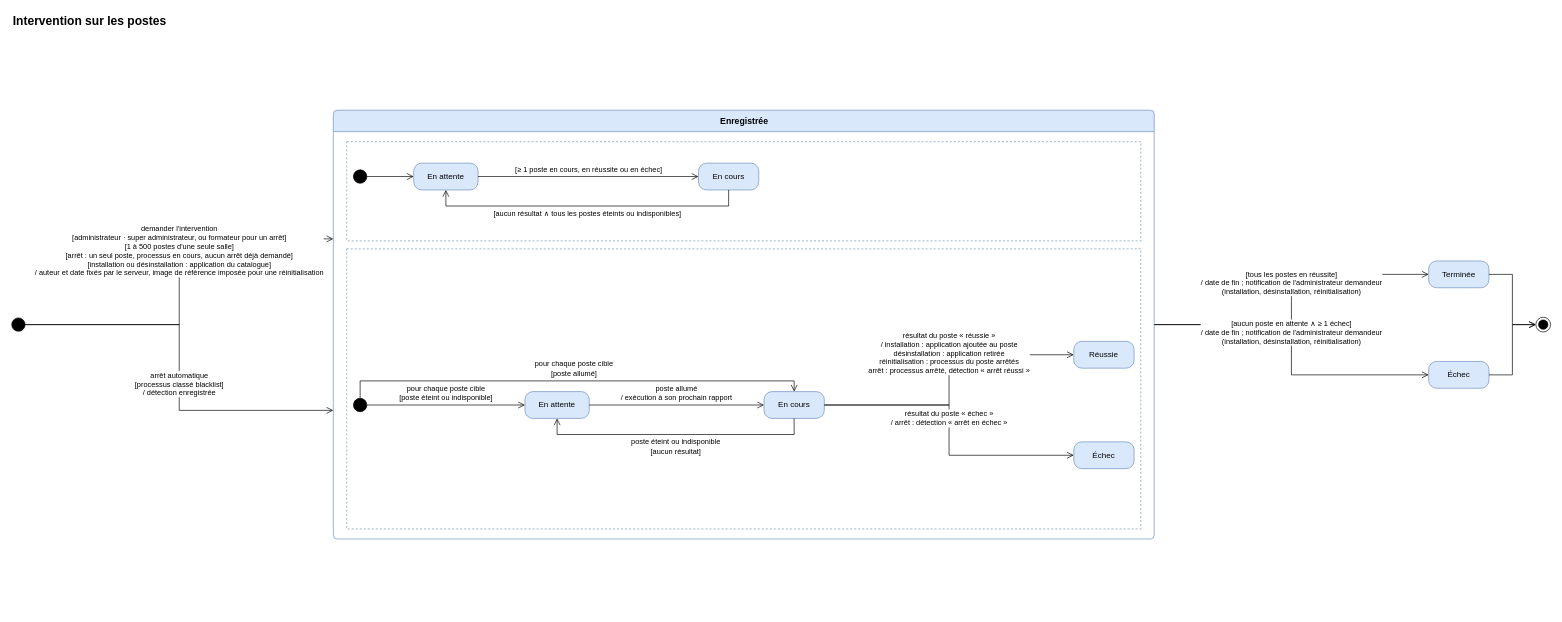
The draw.io diagram page "Intervention sur les postes" (2 of 4) of docs/02-ANALYSE/03-ANALYSE/01-DIAGRAMMES-ETATS.drawio in bpierrelouis/aster, before the edit. Source tidied: cells renumbered, new cells numbered last; positions are measured from the earlier drawing's top-left corner, leaving out a move shared by most shapes. Both pictures are drawn from the tidied source at 67%, with x=0, y=0 at pixel (11, 11).
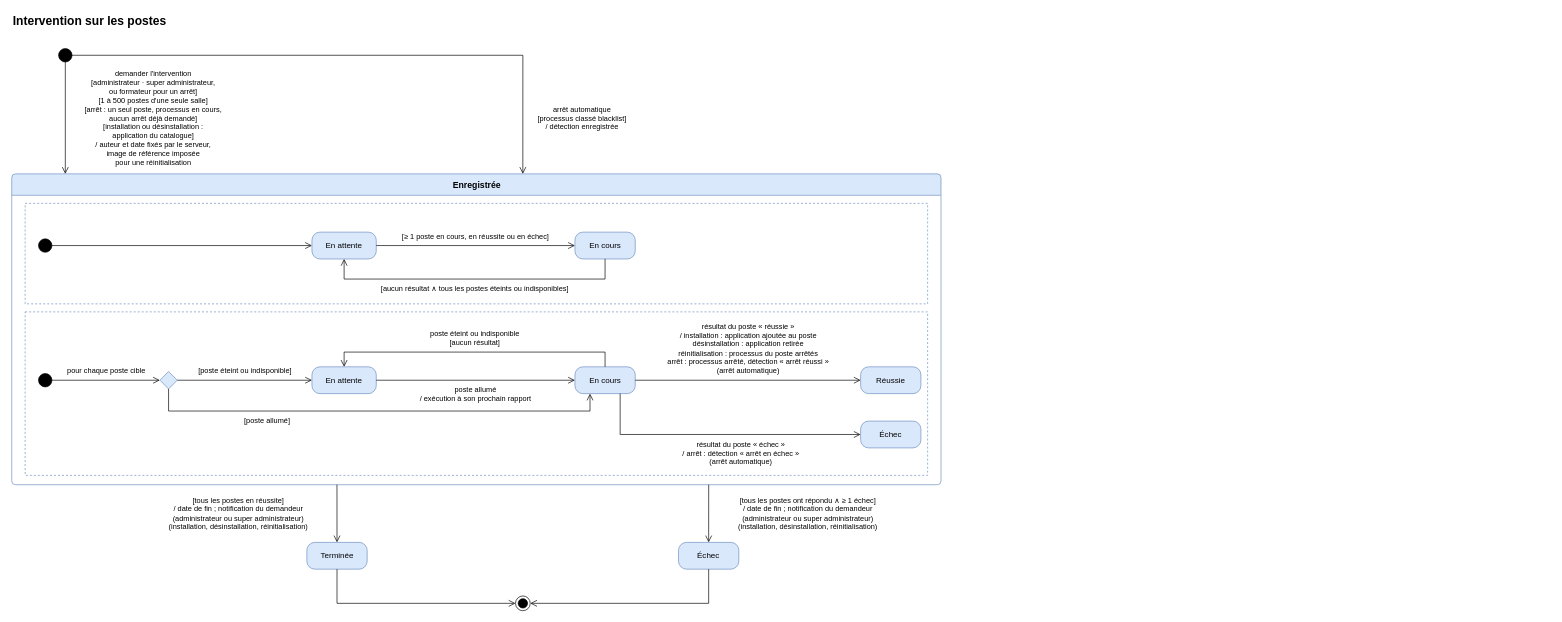
After the change.

What changed in the source:
```diff
@@
     <mxCell id="2" value="Intervention sur les postes" style="text;html=1;align=left;verticalAlign=middle;strokeColor=none;fillColor=none;fontSize=18;fontStyle=1;" parent="1" vertex="1">
-      <mxGeometry width="500" height="30" as="geometry" />
+      <mxGeometry width="600" height="30" as="geometry" />
     </mxCell>
     <mxCell id="3" style="ellipse;html=1;fillColor=#000000;strokeColor=#000000;fontSize=11;" parent="1" vertex="1">
-      <mxGeometry y="457" width="20" height="20" as="geometry" />
+      <mxGeometry x="70" y="55" width="20" height="20" as="geometry" />
     </mxCell>
     <mxCell id="4" value="Enregistrée" style="swimlane;html=1;rounded=1;arcSize=6;startSize=32;fontSize=13;fontStyle=1;fillColor=#dae8fc;strokeColor=#6c8ebf;swimlaneFillColor=#ffffff;" parent="1" vertex="1">
-      <mxGeometry x="480" y="147" width="1225.2" height="640" as="geometry" />
+      <mxGeometry y="242" width="1387" height="464" as="geometry" />
     </mxCell>
     <mxCell id="5" style="rounded=0;whiteSpace=wrap;html=1;fillColor=none;dashed=1;strokeColor=#6c8ebf;" parent="4" vertex="1">
-      <mxGeometry x="20" y="47" width="1185.2" height="148" as="geometry" />
+      <mxGeometry x="20" y="44" width="1347" height="150" as="geometry" />
     </mxCell>
+    <mxCell id="9" style="rounded=0;whiteSpace=wrap;html=1;fillColor=none;dashed=1;strokeColor=#6c8ebf;" parent="4" vertex="1">
+      <mxGeometry x="20" y="206" width="1347" height="244" as="geometry" />
+    </mxCell>
     <mxCell id="6" style="ellipse;html=1;fillColor=#000000;strokeColor=#000000;fontSize=11;" parent="5" vertex="1">
-      <mxGeometry x="10" y="42" width="20" height="20" as="geometry" />
+      <mxGeometry x="20" y="53" width="20" height="20" as="geometry" />
     </mxCell>
     <mxCell id="7" value="En attente" style="rounded=1;arcSize=30;whiteSpace=wrap;html=1;fontSize=12;fillColor=#dae8fc;strokeColor=#6c8ebf;" parent="5" vertex="1">
-      <mxGeometry x="100" y="32" width="96" height="40" as="geometry" />
+      <mxGeometry x="428.1" y="43" width="96" height="40" as="geometry" />
     </mxCell>
     <mxCell id="8" value="En cours" style="rounded=1;arcSize=30;whiteSpace=wrap;html=1;fontSize=12;fillColor=#dae8fc;strokeColor=#6c8ebf;" parent="5" vertex="1">
-      <mxGeometry x="525" y="32" width="90" height="40" as="geometry" />
+      <mxGeometry x="820.6" y="43" width="90" height="40" as="geometry" />
     </mxCell>
-    <mxCell id="9" style="rounded=0;whiteSpace=wrap;html=1;fillColor=none;dashed=1;strokeColor=#6c8ebf;" parent="4" vertex="1">
-      <mxGeometry x="20" y="207" width="1185.2" height="418" as="geometry" />
-    </mxCell>
     <mxCell id="10" style="ellipse;html=1;fillColor=#000000;strokeColor=#000000;fontSize=11;" parent="9" vertex="1">
-      <mxGeometry x="10" y="223" width="20" height="20" as="geometry" />
+      <mxGeometry x="20" y="92" width="20" height="20" as="geometry" />
     </mxCell>
+    <mxCell id="33" style="rhombus;html=1;fillColor=#dae8fc;strokeColor=#6c8ebf;" parent="9" vertex="1">
+      <mxGeometry x="201.1" y="89" width="26" height="26" as="geometry" />
+    </mxCell>
     <mxCell id="11" value="En attente" style="rounded=1;arcSize=30;whiteSpace=wrap;html=1;fontSize=12;fillColor=#dae8fc;strokeColor=#6c8ebf;" parent="9" vertex="1">
-      <mxGeometry x="266" y="213" width="96" height="40" as="geometry" />
+      <mxGeometry x="428.1" y="82" width="96" height="40" as="geometry" />
     </mxCell>
     <mxCell id="12" value="En cours" style="rounded=1;arcSize=30;whiteSpace=wrap;html=1;fontSize=12;fillColor=#dae8fc;strokeColor=#6c8ebf;" parent="9" vertex="1">
-      <mxGeometry x="622.8" y="213" width="90" height="40" as="geometry" />
+      <mxGeometry x="820.6" y="82" width="90" height="40" as="geometry" />
     </mxCell>
     <mxCell id="13" value="Réussie" style="rounded=1;arcSize=30;whiteSpace=wrap;html=1;fontSize=12;fillColor=#dae8fc;strokeColor=#6c8ebf;" parent="9" vertex="1">
-      <mxGeometry x="1085.2" y="138" width="90" height="40" as="geometry" />
+      <mxGeometry x="1247" y="82" width="90" height="40" as="geometry" />
     </mxCell>
     <mxCell id="14" value="Échec" style="rounded=1;arcSize=30;whiteSpace=wrap;html=1;fontSize=12;fillColor=#dae8fc;strokeColor=#6c8ebf;" parent="9" vertex="1">
-      <mxGeometry x="1085.2" y="288" width="90" height="40" as="geometry" />
+      <mxGeometry x="1247" y="163" width="90" height="40" as="geometry" />
     </mxCell>
     <mxCell id="15" value="Terminée" style="rounded=1;arcSize=30;whiteSpace=wrap;html=1;fontSize=12;fillColor=#dae8fc;strokeColor=#6c8ebf;" parent="1" vertex="1">
-      <mxGeometry x="2114.8" y="372" width="90" height="40" as="geometry" />
+      <mxGeometry x="440.5" y="792" width="90" height="40" as="geometry" />
     </mxCell>
     <mxCell id="16" value="Échec" style="rounded=1;arcSize=30;whiteSpace=wrap;html=1;fontSize=12;fillColor=#dae8fc;strokeColor=#6c8ebf;" parent="1" vertex="1">
-      <mxGeometry x="2114.8" y="522" width="90" height="40" as="geometry" />
+      <mxGeometry x="995.2" y="792" width="90" height="40" as="geometry" />
     </mxCell>
     <mxCell id="17" style="ellipse;html=1;shape=endState;fillColor=#000000;strokeColor=#000000;fontSize=11;" parent="1" vertex="1">
-      <mxGeometry x="2274.8" y="456" width="22" height="22" as="geometry" />
+      <mxGeometry x="751.9" y="872" width="22" height="22" as="geometry" />
     </mxCell>
-    <mxCell id="18" value="demander l'intervention&lt;br&gt;[administrateur · super administrateur, ou formateur pour un arrêt]&lt;br&gt;[1 à 500 postes d'une seule salle]&lt;br&gt;[arrêt : un seul poste, processus en cours, aucun arrêt déjà demandé]&lt;br&gt;[installation ou désinstallation : application du catalogue]&lt;br&gt;/ auteur et date fixés par le serveur, image de référence imposée pour une réinitialisation" style="edgeStyle=orthogonalEdgeStyle;endArrow=open;endSize=8;html=1;rounded=0;fontSize=11;labelBackgroundColor=#ffffff;exitX=1;exitY=0.5;exitDx=0;exitDy=0;entryX=0;entryY=0.3;entryDx=0;entryDy=0;" parent="1" edge="1" source="3" target="4">
+    <mxCell id="18" value="demander l'intervention&lt;br&gt;[administrateur · super administrateur,&lt;br&gt;ou formateur pour un arrêt]&lt;br&gt;[1 à 500 postes d'une seule salle]&lt;br&gt;[arrêt : un seul poste, processus en cours,&lt;br&gt;aucun arrêt déjà demandé]&lt;br&gt;[installation ou désinstallation :&lt;br&gt;application du catalogue]&lt;br&gt;/ auteur et date fixés par le serveur,&lt;br&gt;image de référence imposée&lt;br&gt;pour une réinitialisation" style="edgeStyle=orthogonalEdgeStyle;endArrow=open;endSize=8;html=1;rounded=0;fontSize=11;labelBackgroundColor=#ffffff;jumpStyle=arc;jumpSize=10;exitX=0.5;exitY=1;exitDx=0;exitDy=0;entryX=0.05767844268204758;entryY=0;entryDx=0;entryDy=0;" parent="1" edge="1" source="3" target="4">
       <mxGeometry relative="1" as="geometry">
-        <mxPoint y="-46" as="offset" />
+        <mxPoint x="130.6" as="offset" />
       </mxGeometry>
     </mxCell>
-    <mxCell id="19" value="arrêt automatique&lt;br&gt;[processus classé blacklist]&lt;br&gt;/ détection enregistrée" style="edgeStyle=orthogonalEdgeStyle;endArrow=open;endSize=8;html=1;rounded=0;fontSize=11;labelBackgroundColor=#ffffff;exitX=1;exitY=0.5;exitDx=0;exitDy=0;entryX=0;entryY=0.7;entryDx=0;entryDy=0;" parent="1" edge="1" source="3" target="4">
+    <mxCell id="19" value="arrêt automatique&lt;br&gt;[processus classé blacklist]&lt;br&gt;/ détection enregistrée" style="edgeStyle=orthogonalEdgeStyle;endArrow=open;endSize=8;html=1;rounded=0;fontSize=11;labelBackgroundColor=#ffffff;jumpStyle=arc;jumpSize=10;exitX=1;exitY=0.5;exitDx=0;exitDy=0;entryX=0.55;entryY=0;entryDx=0;entryDy=0;" parent="1" edge="1" source="3" target="4">
       <mxGeometry relative="1" as="geometry">
-        <mxPoint y="25" as="offset" />
+        <Array as="points">
+          <mxPoint x="762.9" y="65" />
+        </Array>
+        <mxPoint x="335.7" y="93.5" as="offset" />
       </mxGeometry>
     </mxCell>
-    <mxCell id="20" value="[tous les postes en réussite]&lt;br&gt;/ date de fin ; notification de l'administrateur demandeur&lt;br&gt;(installation, désinstallation, réinitialisation)" style="edgeStyle=orthogonalEdgeStyle;endArrow=open;endSize=8;html=1;rounded=0;fontSize=11;labelBackgroundColor=#ffffff;exitX=1;exitY=0.5;exitDx=0;exitDy=0;entryX=0;entryY=0.5;entryDx=0;entryDy=0;" parent="1" edge="1" source="4" target="15">
+    <mxCell id="20" value="[tous les postes en réussite]&lt;br&gt;/ date de fin ; notification du demandeur&lt;br&gt;(administrateur ou super administrateur)&lt;br&gt;(installation, désinstallation, réinitialisation)" style="edgeStyle=orthogonalEdgeStyle;endArrow=open;endSize=8;html=1;rounded=0;fontSize=11;labelBackgroundColor=#ffffff;jumpStyle=arc;jumpSize=10;exitX=0.35000000000000003;exitY=1;exitDx=0;exitDy=0;entryX=0.5;entryY=0;entryDx=0;entryDy=0;" parent="1" edge="1" source="4" target="15">
       <mxGeometry relative="1" as="geometry">
-        <mxPoint y="-25" as="offset" />
+        <mxPoint x="-147.6" as="offset" />
       </mxGeometry>
     </mxCell>
-    <mxCell id="21" value="[aucun poste en attente ∧ ≥ 1 échec]&lt;br&gt;/ date de fin ; notification de l'administrateur demandeur&lt;br&gt;(installation, désinstallation, réinitialisation)" style="edgeStyle=orthogonalEdgeStyle;endArrow=open;endSize=8;html=1;rounded=0;fontSize=11;labelBackgroundColor=#ffffff;exitX=1;exitY=0.5;exitDx=0;exitDy=0;entryX=0;entryY=0.5;entryDx=0;entryDy=0;" parent="1" edge="1" source="4" target="16">
+    <mxCell id="21" value="[tous les postes ont répondu ∧ ≥ 1 échec]&lt;br&gt;/ date de fin ; notification du demandeur&lt;br&gt;(administrateur ou super administrateur)&lt;br&gt;(installation, désinstallation, réinitialisation)" style="edgeStyle=orthogonalEdgeStyle;endArrow=open;endSize=8;html=1;rounded=0;fontSize=11;labelBackgroundColor=#ffffff;jumpStyle=arc;jumpSize=10;exitX=0.75;exitY=1;exitDx=0;exitDy=0;entryX=0.5;entryY=0;entryDx=0;entryDy=0;" parent="1" edge="1" source="4" target="16">
       <mxGeometry relative="1" as="geometry">
-        <mxPoint y="-25" as="offset" />
+        <mxPoint x="147.7" as="offset" />
       </mxGeometry>
     </mxCell>
-    <mxCell id="22" style="edgeStyle=orthogonalEdgeStyle;endArrow=open;endSize=8;html=1;rounded=0;fontSize=11;labelBackgroundColor=#ffffff;exitX=1;exitY=0.5;exitDx=0;exitDy=0;entryX=0;entryY=0.5;entryDx=0;entryDy=0;" parent="1" edge="1" source="15" target="17">
-      <mxGeometry relative="1" as="geometry" />
+    <mxCell id="22" style="edgeStyle=orthogonalEdgeStyle;endArrow=open;endSize=8;html=1;rounded=0;fontSize=11;labelBackgroundColor=#ffffff;jumpStyle=arc;jumpSize=10;exitX=0.5;exitY=1;exitDx=0;exitDy=0;entryX=0;entryY=0.5;entryDx=0;entryDy=0;" parent="1" edge="1" source="15" target="17">
+      <mxGeometry relative="1" as="geometry">
+        <Array as="points">
+          <mxPoint x="485.5" y="883" />
+        </Array>
+      </mxGeometry>
     </mxCell>
-    <mxCell id="23" style="edgeStyle=orthogonalEdgeStyle;endArrow=open;endSize=8;html=1;rounded=0;fontSize=11;labelBackgroundColor=#ffffff;exitX=1;exitY=0.5;exitDx=0;exitDy=0;entryX=0;entryY=0.5;entryDx=0;entryDy=0;" parent="1" edge="1" source="16" target="17">
-      <mxGeometry relative="1" as="geometry" />
+    <mxCell id="23" style="edgeStyle=orthogonalEdgeStyle;endArrow=open;endSize=8;html=1;rounded=0;fontSize=11;labelBackgroundColor=#ffffff;jumpStyle=arc;jumpSize=10;exitX=0.5;exitY=1;exitDx=0;exitDy=0;entryX=1;entryY=0.5;entryDx=0;entryDy=0;" parent="1" edge="1" source="16" target="17">
+      <mxGeometry relative="1" as="geometry">
+        <Array as="points">
+          <mxPoint x="1040.2" y="883" />
+        </Array>
+      </mxGeometry>
     </mxCell>
-    <mxCell id="24" style="edgeStyle=orthogonalEdgeStyle;endArrow=open;endSize=8;html=1;rounded=0;fontSize=11;labelBackgroundColor=#ffffff;exitX=1;exitY=0.5;exitDx=0;exitDy=0;entryX=0;entryY=0.5;entryDx=0;entryDy=0;" parent="1" edge="1" source="6" target="7">
+    <mxCell id="24" style="edgeStyle=orthogonalEdgeStyle;endArrow=open;endSize=8;html=1;rounded=0;fontSize=11;labelBackgroundColor=#ffffff;jumpStyle=arc;jumpSize=10;exitX=1;exitY=0.5;exitDx=0;exitDy=0;entryX=0;entryY=0.5;entryDx=0;entryDy=0;" parent="1" edge="1" source="6" target="7">
       <mxGeometry relative="1" as="geometry" />
     </mxCell>
-    <mxCell id="25" value="[≥ 1 poste en cours, en réussite ou en échec]" style="edgeStyle=orthogonalEdgeStyle;endArrow=open;endSize=8;html=1;rounded=0;fontSize=11;labelBackgroundColor=#ffffff;exitX=1;exitY=0.5;exitDx=0;exitDy=0;entryX=0;entryY=0.5;entryDx=0;entryDy=0;" parent="1" edge="1" source="7" target="8">
+    <mxCell id="25" value="[≥ 1 poste en cours, en réussite ou en échec]" style="edgeStyle=orthogonalEdgeStyle;endArrow=open;endSize=8;html=1;rounded=0;fontSize=11;labelBackgroundColor=#ffffff;jumpStyle=arc;jumpSize=10;exitX=1;exitY=0.5;exitDx=0;exitDy=0;entryX=0;entryY=0.5;entryDx=0;entryDy=0;" parent="1" edge="1" source="7" target="8">
       <mxGeometry relative="1" as="geometry">
-        <mxPoint y="-11" as="offset" />
+        <mxPoint y="-14.5" as="offset" />
       </mxGeometry>
     </mxCell>
-    <mxCell id="26" value="[aucun résultat ∧ tous les postes éteints ou indisponibles]" style="edgeStyle=orthogonalEdgeStyle;endArrow=open;endSize=8;html=1;rounded=0;fontSize=11;labelBackgroundColor=#ffffff;exitX=0.5;exitY=1;exitDx=0;exitDy=0;entryX=0.5;entryY=1;entryDx=0;entryDy=0;" parent="1" edge="1" source="8" target="7">
+    <mxCell id="26" value="[aucun résultat ∧ tous les postes éteints ou indisponibles]" style="edgeStyle=orthogonalEdgeStyle;endArrow=open;endSize=8;html=1;rounded=0;fontSize=11;labelBackgroundColor=#ffffff;jumpStyle=arc;jumpSize=10;exitX=0.5;exitY=1;exitDx=0;exitDy=0;entryX=0.5;entryY=1;entryDx=0;entryDy=0;" parent="1" edge="1" source="8" target="7">
       <mxGeometry relative="1" as="geometry">
         <Array as="points">
-          <mxPoint x="1070" y="290" />
-          <mxPoint x="648" y="290" />
+          <mxPoint x="885.6" y="399" />
+          <mxPoint x="496.1" y="399" />
         </Array>
-        <mxPoint y="11" as="offset" />
+        <mxPoint y="14.5" as="offset" />
       </mxGeometry>
     </mxCell>
-    <mxCell id="27" value="pour chaque poste cible&lt;br&gt;[poste éteint ou indisponible]" style="edgeStyle=orthogonalEdgeStyle;endArrow=open;endSize=8;html=1;rounded=0;fontSize=11;labelBackgroundColor=#ffffff;exitX=1;exitY=0.5;exitDx=0;exitDy=0;entryX=0;entryY=0.5;entryDx=0;entryDy=0;" parent="1" edge="1" source="10" target="11">
+    <mxCell id="27" value="pour chaque poste cible" style="edgeStyle=orthogonalEdgeStyle;endArrow=open;endSize=8;html=1;rounded=0;fontSize=11;labelBackgroundColor=#ffffff;jumpStyle=arc;jumpSize=10;exitX=1;exitY=0.5;exitDx=0;exitDy=0;entryX=0;entryY=0.5;entryDx=0;entryDy=0;" parent="1" edge="1" source="10" target="33">
       <mxGeometry relative="1" as="geometry">
-        <mxPoint y="-18" as="offset" />
+        <mxPoint y="-14.5" as="offset" />
       </mxGeometry>
     </mxCell>
+    <mxCell id="34" value="[poste éteint ou indisponible]" style="edgeStyle=orthogonalEdgeStyle;endArrow=open;endSize=8;html=1;rounded=0;fontSize=11;labelBackgroundColor=#ffffff;jumpStyle=arc;jumpSize=10;exitX=1;exitY=0.5;exitDx=0;exitDy=0;entryX=0;entryY=0.5;entryDx=0;entryDy=0;" parent="1" edge="1" source="33" target="11">
+      <mxGeometry relative="1" as="geometry">
+        <mxPoint y="-14.5" as="offset" />
+      </mxGeometry>
+    </mxCell>
-    <mxCell id="28" value="pour chaque poste cible&lt;br&gt;[poste allumé]" style="edgeStyle=orthogonalEdgeStyle;endArrow=open;endSize=8;html=1;rounded=0;fontSize=11;labelBackgroundColor=#ffffff;exitX=0.5;exitY=0;exitDx=0;exitDy=0;entryX=0.5;entryY=0;entryDx=0;entryDy=0;" parent="1" edge="1" source="10" target="12">
+    <mxCell id="28" value="[poste allumé]" style="edgeStyle=orthogonalEdgeStyle;endArrow=open;endSize=8;html=1;rounded=0;fontSize=11;labelBackgroundColor=#ffffff;jumpStyle=arc;jumpSize=10;exitX=0.5;exitY=1;exitDx=0;exitDy=0;entryX=0.25;entryY=1;entryDx=0;entryDy=0;" parent="1" edge="1" source="33" target="12">
       <mxGeometry relative="1" as="geometry">
         <Array as="points">
-          <mxPoint x="520" y="551" />
-          <mxPoint x="1167.8" y="551" />
+          <mxPoint x="234.1" y="596" />
+          <mxPoint x="863.1" y="596" />
         </Array>
-        <mxPoint y="-18" as="offset" />
+        <mxPoint x="-164" y="14.5" as="offset" />
       </mxGeometry>
     </mxCell>
-    <mxCell id="29" value="poste allumé&lt;br&gt;/ exécution à son prochain rapport" style="edgeStyle=orthogonalEdgeStyle;endArrow=open;endSize=8;html=1;rounded=0;fontSize=11;labelBackgroundColor=#ffffff;exitX=1;exitY=0.5;exitDx=0;exitDy=0;entryX=0;entryY=0.5;entryDx=0;entryDy=0;" parent="1" edge="1" source="11" target="12">
+    <mxCell id="29" value="poste allumé&lt;br&gt;/ exécution à son prochain rapport" style="edgeStyle=orthogonalEdgeStyle;endArrow=open;endSize=8;html=1;rounded=0;fontSize=11;labelBackgroundColor=#ffffff;jumpStyle=arc;jumpSize=10;exitX=1;exitY=0.5;exitDx=0;exitDy=0;entryX=0;entryY=0.5;entryDx=0;entryDy=0;" parent="1" edge="1" source="11" target="12">
       <mxGeometry relative="1" as="geometry">
-        <mxPoint y="-18" as="offset" />
+        <mxPoint y="21" as="offset" />
       </mxGeometry>
     </mxCell>
-    <mxCell id="30" value="poste éteint ou indisponible&lt;br&gt;[aucun résultat]" style="edgeStyle=orthogonalEdgeStyle;endArrow=open;endSize=8;html=1;rounded=0;fontSize=11;labelBackgroundColor=#ffffff;exitX=0.5;exitY=1;exitDx=0;exitDy=0;entryX=0.5;entryY=1;entryDx=0;entryDy=0;" parent="1" edge="1" source="12" target="11">
+    <mxCell id="30" value="poste éteint ou indisponible&lt;br&gt;[aucun résultat]" style="edgeStyle=orthogonalEdgeStyle;endArrow=open;endSize=8;html=1;rounded=0;fontSize=11;labelBackgroundColor=#ffffff;jumpStyle=arc;jumpSize=10;exitX=0.5;exitY=0;exitDx=0;exitDy=0;entryX=0.5;entryY=0;entryDx=0;entryDy=0;" parent="1" edge="1" source="12" target="11">
       <mxGeometry relative="1" as="geometry">
         <Array as="points">
-          <mxPoint x="1167.8" y="631" />
-          <mxPoint x="814" y="631" />
+          <mxPoint x="885.6" y="508" />
+          <mxPoint x="496.1" y="508" />
         </Array>
-        <mxPoint y="18" as="offset" />
+        <mxPoint y="-21" as="offset" />
       </mxGeometry>
     </mxCell>
-    <mxCell id="31" value="résultat du poste « réussie »&lt;br&gt;/ installation : application ajoutée au poste&lt;br&gt;désinstallation : application retirée&lt;br&gt;réinitialisation : processus du poste arrêtés&lt;br&gt;arrêt : processus arrêté, détection « arrêt réussi »" style="edgeStyle=orthogonalEdgeStyle;endArrow=open;endSize=8;html=1;rounded=0;fontSize=11;labelBackgroundColor=#ffffff;exitX=1;exitY=0.5;exitDx=0;exitDy=0;entryX=0;entryY=0.5;entryDx=0;entryDy=0;" parent="1" edge="1" source="12" target="13">
+    <mxCell id="31" value="résultat du poste « réussie »&lt;br&gt;/ installation : application ajoutée au poste&lt;br&gt;désinstallation : application retirée&lt;br&gt;réinitialisation : processus du poste arrêtés&lt;br&gt;arrêt : processus arrêté, détection « arrêt réussi »&lt;br&gt;(arrêt automatique)" style="edgeStyle=orthogonalEdgeStyle;endArrow=open;endSize=8;html=1;rounded=0;fontSize=11;labelBackgroundColor=#ffffff;jumpStyle=arc;jumpSize=10;exitX=1;exitY=0.5;exitDx=0;exitDy=0;entryX=0;entryY=0.5;entryDx=0;entryDy=0;" parent="1" edge="1" source="12" target="13">
       <mxGeometry relative="1" as="geometry">
-        <mxPoint y="-39" as="offset" />
+        <mxPoint y="-47" as="offset" />
       </mxGeometry>
     </mxCell>
-    <mxCell id="32" value="résultat du poste « échec »&lt;br&gt;/ arrêt : détection « arrêt en échec »" style="edgeStyle=orthogonalEdgeStyle;endArrow=open;endSize=8;html=1;rounded=0;fontSize=11;labelBackgroundColor=#ffffff;exitX=1;exitY=0.5;exitDx=0;exitDy=0;entryX=0;entryY=0.5;entryDx=0;entryDy=0;" parent="1" edge="1" source="12" target="14">
+    <mxCell id="32" value="résultat du poste « échec »&lt;br&gt;/ arrêt : détection « arrêt en échec »&lt;br&gt;(arrêt automatique)" style="edgeStyle=orthogonalEdgeStyle;endArrow=open;endSize=8;html=1;rounded=0;fontSize=11;labelBackgroundColor=#ffffff;jumpStyle=arc;jumpSize=10;exitX=0.75;exitY=1;exitDx=0;exitDy=0;entryX=0;entryY=0.5;entryDx=0;entryDy=0;" parent="1" edge="1" source="12" target="14">
       <mxGeometry relative="1" as="geometry">
-        <mxPoint y="-18" as="offset" />
+        <Array as="points">
+          <mxPoint x="908.1" y="631" />
+        </Array>
+        <mxPoint x="30.5" y="27.5" as="offset" />
       </mxGeometry>
     </mxCell>
```
